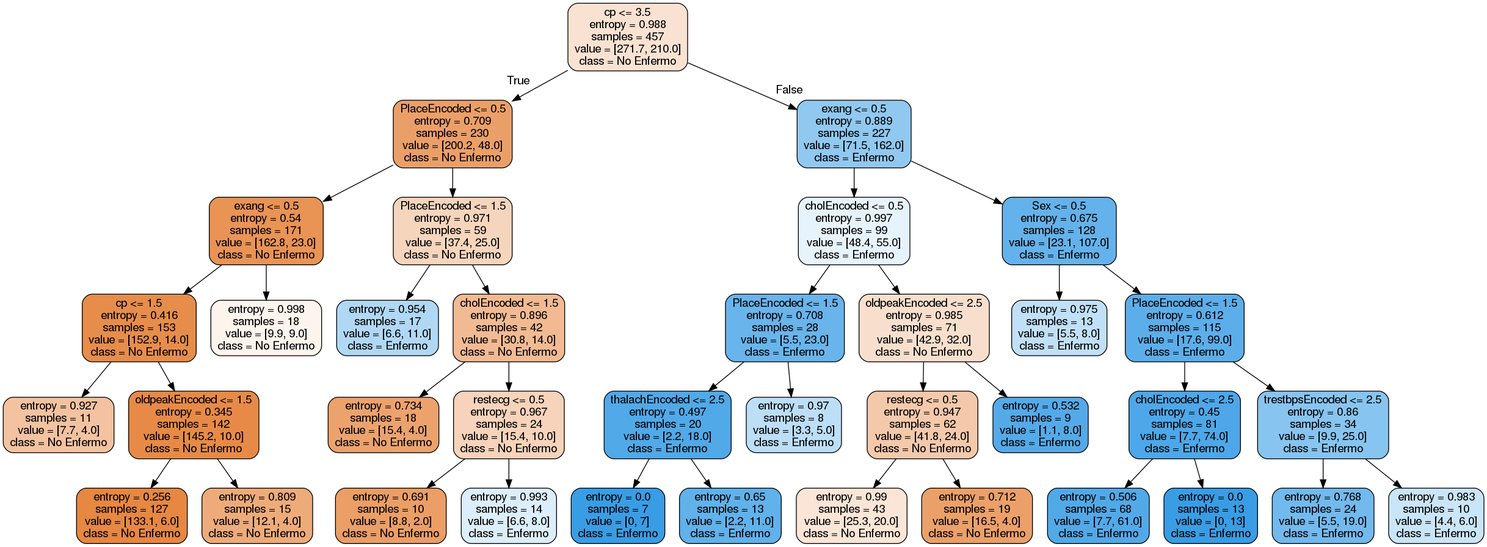
Earlier version of the Graphviz export tree1.png (juancho270/ProyectoIA). Its source is kept beside it as tree1.dot.
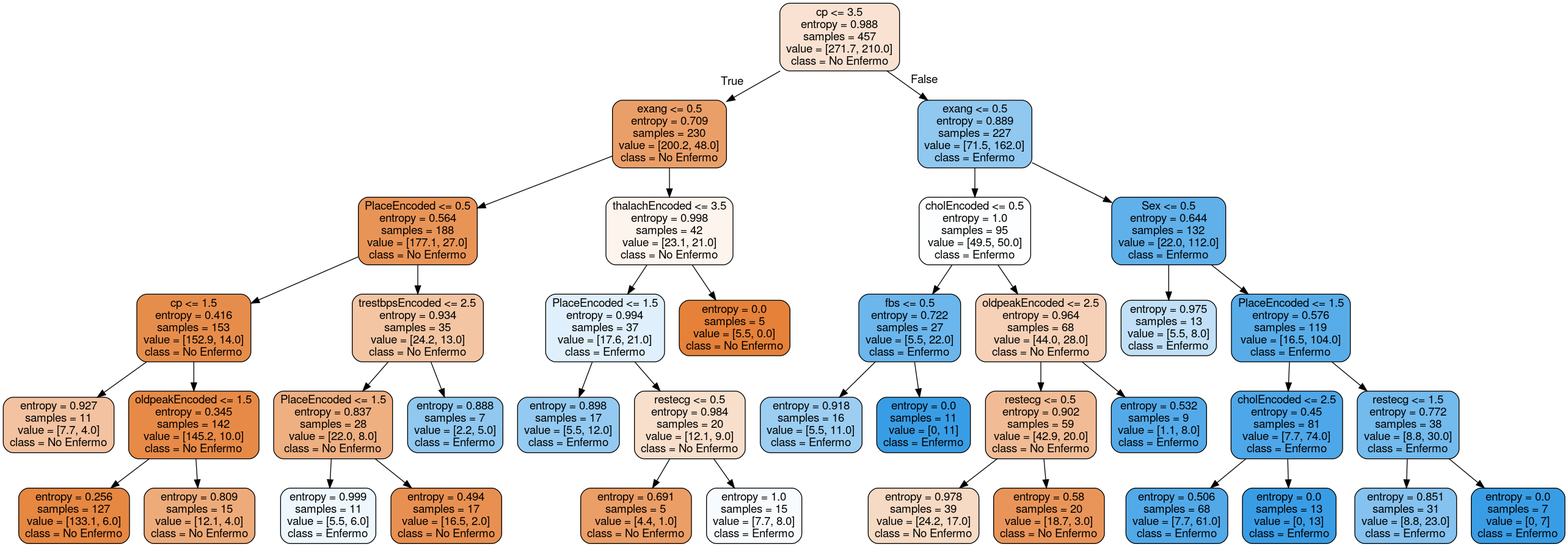
Later version of the same file.

What changed in the source:
```diff
@@ -2,9 +2,9 @@
 node [shape=box, style="filled, rounded", color="black", fontname=helvetica] ;
 edge [fontname=helvetica] ;
 0 [label="cp <= 3.5\nentropy = 0.988\nsamples = 457\nvalue = [271.7, 210.0]\nclass = No Enfermo", fillcolor="#f9e2d2"] ;
-1 [label="PlaceEncoded <= 0.5\nentropy = 0.709\nsamples = 230\nvalue = [200.2, 48.0]\nclass = No Enfermo", fillcolor="#eb9f68"] ;
+1 [label="exang <= 0.5\nentropy = 0.709\nsamples = 230\nvalue = [200.2, 48.0]\nclass = No Enfermo", fillcolor="#eb9f68"] ;
 0 -> 1 [labeldistance=2.5, labelangle=45, headlabel="True"] ;
-2 [label="exang <= 0.5\nentropy = 0.54\nsamples = 171\nvalue = [162.8, 23.0]\nclass = No Enfermo", fillcolor="#e99355"] ;
+2 [label="PlaceEncoded <= 0.5\nentropy = 0.564\nsamples = 188\nvalue = [177.1, 27.0]\nclass = No Enfermo", fillcolor="#e99457"] ;
 1 -> 2 ;
 3 [label="cp <= 1.5\nentropy = 0.416\nsamples = 153\nvalue = [152.9, 14.0]\nclass = No Enfermo", fillcolor="#e78d4b"] ;
 2 -> 3 ;
@@ -16,62 +16,66 @@
 5 -> 6 ;
 7 [label="entropy = 0.809\nsamples = 15\nvalue = [12.1, 4.0]\nclass = No Enfermo", fillcolor="#eeab7a"] ;
 5 -> 7 ;
-8 [label="entropy = 0.998\nsamples = 18\nvalue = [9.9, 9.0]\nclass = No Enfermo", fillcolor="#fdf4ed"] ;
+8 [label="trestbpsEncoded <= 2.5\nentropy = 0.934\nsamples = 35\nvalue = [24.2, 13.0]\nclass = No Enfermo", fillcolor="#f3c5a3"] ;
 2 -> 8 ;
-9 [label="PlaceEncoded <= 1.5\nentropy = 0.971\nsamples = 59\nvalue = [37.4, 25.0]\nclass = No Enfermo", fillcolor="#f6d5bd"] ;
-1 -> 9 ;
-10 [label="entropy = 0.954\nsamples = 17\nvalue = [6.6, 11.0]\nclass = Enfermo", fillcolor="#b0d8f5"] ;
+9 [label="PlaceEncoded <= 1.5\nentropy = 0.837\nsamples = 28\nvalue = [22.0, 8.0]\nclass = No Enfermo", fillcolor="#eeaf81"] ;
+8 -> 9 ;
+10 [label="entropy = 0.999\nsamples = 11\nvalue = [5.5, 6.0]\nclass = Enfermo", fillcolor="#eef7fd"] ;
 9 -> 10 ;
-11 [label="cholEncoded <= 1.5\nentropy = 0.896\nsamples = 42\nvalue = [30.8, 14.0]\nclass = No Enfermo", fillcolor="#f1ba93"] ;
+11 [label="entropy = 0.494\nsamples = 17\nvalue = [16.5, 2.0]\nclass = No Enfermo", fillcolor="#e89051"] ;
 9 -> 11 ;
-12 [label="entropy = 0.734\nsamples = 18\nvalue = [15.4, 4.0]\nclass = No Enfermo", fillcolor="#eca26c"] ;
-11 -> 12 ;
-13 [label="restecg <= 0.5\nentropy = 0.967\nsamples = 24\nvalue = [15.4, 10.0]\nclass = No Enfermo", fillcolor="#f6d3ba"] ;
-11 -> 13 ;
-14 [label="entropy = 0.691\nsamples = 10\nvalue = [8.8, 2.0]\nclass = No Enfermo", fillcolor="#eb9e66"] ;
+12 [label="entropy = 0.888\nsamples = 7\nvalue = [2.2, 5.0]\nclass = Enfermo", fillcolor="#90c8f0"] ;
+8 -> 12 ;
+13 [label="thalachEncoded <= 3.5\nentropy = 0.998\nsamples = 42\nvalue = [23.1, 21.0]\nclass = No Enfermo", fillcolor="#fdf4ed"] ;
+1 -> 13 ;
+14 [label="PlaceEncoded <= 1.5\nentropy = 0.994\nsamples = 37\nvalue = [17.6, 21.0]\nclass = Enfermo", fillcolor="#dfeffb"] ;
 13 -> 14 ;
-15 [label="entropy = 0.993\nsamples = 14\nvalue = [6.6, 8.0]\nclass = Enfermo", fillcolor="#dceefa"] ;
-13 -> 15 ;
-16 [label="exang <= 0.5\nentropy = 0.889\nsamples = 227\nvalue = [71.5, 162.0]\nclass = Enfermo", fillcolor="#90c8f0"] ;
-0 -> 16 [labeldistance=2.5, labelangle=-45, headlabel="False"] ;
-17 [label="cholEncoded <= 0.5\nentropy = 0.997\nsamples = 99\nvalue = [48.4, 55.0]\nclass = Enfermo", fillcolor="#e7f3fc"] ;
+15 [label="entropy = 0.898\nsamples = 17\nvalue = [5.5, 12.0]\nclass = Enfermo", fillcolor="#94caf1"] ;
+14 -> 15 ;
+16 [label="restecg <= 0.5\nentropy = 0.984\nsamples = 20\nvalue = [12.1, 9.0]\nclass = No Enfermo", fillcolor="#f8dfcc"] ;
+14 -> 16 ;
+17 [label="entropy = 0.691\nsamples = 5\nvalue = [4.4, 1.0]\nclass = No Enfermo", fillcolor="#eb9e66"] ;
 16 -> 17 ;
-18 [label="PlaceEncoded <= 1.5\nentropy = 0.708\nsamples = 28\nvalue = [5.5, 23.0]\nclass = Enfermo", fillcolor="#68b4eb"] ;
-17 -> 18 ;
-19 [label="thalachEncoded <= 2.5\nentropy = 0.497\nsamples = 20\nvalue = [2.2, 18.0]\nclass = Enfermo", fillcolor="#51a9e8"] ;
-18 -> 19 ;
-20 [label="entropy = 0.0\nsamples = 7\nvalue = [0, 7]\nclass = Enfermo", fillcolor="#399de5"] ;
-19 -> 20 ;
-21 [label="entropy = 0.65\nsamples = 13\nvalue = [2.2, 11.0]\nclass = Enfermo", fillcolor="#61b1ea"] ;
-19 -> 21 ;
-22 [label="entropy = 0.97\nsamples = 8\nvalue = [3.3, 5.0]\nclass = Enfermo", fillcolor="#bcdef6"] ;
-18 -> 22 ;
-23 [label="oldpeakEncoded <= 2.5\nentropy = 0.985\nsamples = 71\nvalue = [42.9, 32.0]\nclass = No Enfermo", fillcolor="#f8dfcd"] ;
-17 -> 23 ;
-24 [label="restecg <= 0.5\nentropy = 0.947\nsamples = 62\nvalue = [41.8, 24.0]\nclass = No Enfermo", fillcolor="#f4c9ab"] ;
-23 -> 24 ;
-25 [label="entropy = 0.99\nsamples = 43\nvalue = [25.3, 20.0]\nclass = No Enfermo", fillcolor="#fae5d6"] ;
-24 -> 25 ;
-26 [label="entropy = 0.712\nsamples = 19\nvalue = [16.5, 4.0]\nclass = No Enfermo", fillcolor="#eba069"] ;
-24 -> 26 ;
-27 [label="entropy = 0.532\nsamples = 9\nvalue = [1.1, 8.0]\nclass = Enfermo", fillcolor="#54aae9"] ;
-23 -> 27 ;
-28 [label="Sex <= 0.5\nentropy = 0.675\nsamples = 128\nvalue = [23.1, 107.0]\nclass = Enfermo", fillcolor="#64b2eb"] ;
-16 -> 28 ;
-29 [label="entropy = 0.975\nsamples = 13\nvalue = [5.5, 8.0]\nclass = Enfermo", fillcolor="#c1e0f7"] ;
-28 -> 29 ;
-30 [label="PlaceEncoded <= 1.5\nentropy = 0.612\nsamples = 115\nvalue = [17.6, 99.0]\nclass = Enfermo", fillcolor="#5caeea"] ;
-28 -> 30 ;
-31 [label="cholEncoded <= 2.5\nentropy = 0.45\nsamples = 81\nvalue = [7.7, 74.0]\nclass = Enfermo", fillcolor="#4ea7e8"] ;
+18 [label="entropy = 1.0\nsamples = 15\nvalue = [7.7, 8.0]\nclass = Enfermo", fillcolor="#f8fbfe"] ;
+16 -> 18 ;
+19 [label="entropy = 0.0\nsamples = 5\nvalue = [5.5, 0.0]\nclass = No Enfermo", fillcolor="#e58139"] ;
+13 -> 19 ;
+20 [label="exang <= 0.5\nentropy = 0.889\nsamples = 227\nvalue = [71.5, 162.0]\nclass = Enfermo", fillcolor="#90c8f0"] ;
+0 -> 20 [labeldistance=2.5, labelangle=-45, headlabel="False"] ;
+21 [label="cholEncoded <= 0.5\nentropy = 1.0\nsamples = 95\nvalue = [49.5, 50.0]\nclass = Enfermo", fillcolor="#fdfeff"] ;
+20 -> 21 ;
+22 [label="fbs <= 0.5\nentropy = 0.722\nsamples = 27\nvalue = [5.5, 22.0]\nclass = Enfermo", fillcolor="#6bb6ec"] ;
+21 -> 22 ;
+23 [label="entropy = 0.918\nsamples = 16\nvalue = [5.5, 11.0]\nclass = Enfermo", fillcolor="#9ccef2"] ;
+22 -> 23 ;
+24 [label="entropy = 0.0\nsamples = 11\nvalue = [0, 11]\nclass = Enfermo", fillcolor="#399de5"] ;
+22 -> 24 ;
+25 [label="oldpeakEncoded <= 2.5\nentropy = 0.964\nsamples = 68\nvalue = [44.0, 28.0]\nclass = No Enfermo", fillcolor="#f6d1b7"] ;
+21 -> 25 ;
+26 [label="restecg <= 0.5\nentropy = 0.902\nsamples = 59\nvalue = [42.9, 20.0]\nclass = No Enfermo", fillcolor="#f1bc95"] ;
+25 -> 26 ;
+27 [label="entropy = 0.978\nsamples = 39\nvalue = [24.2, 17.0]\nclass = No Enfermo", fillcolor="#f7dac4"] ;
+26 -> 27 ;
+28 [label="entropy = 0.58\nsamples = 20\nvalue = [18.7, 3.0]\nclass = No Enfermo", fillcolor="#e99559"] ;
+26 -> 28 ;
+29 [label="entropy = 0.532\nsamples = 9\nvalue = [1.1, 8.0]\nclass = Enfermo", fillcolor="#54aae9"] ;
+25 -> 29 ;
+30 [label="Sex <= 0.5\nentropy = 0.644\nsamples = 132\nvalue = [22.0, 112.0]\nclass = Enfermo", fillcolor="#60b0ea"] ;
+20 -> 30 ;
+31 [label="entropy = 0.975\nsamples = 13\nvalue = [5.5, 8.0]\nclass = Enfermo", fillcolor="#c1e0f7"] ;
 30 -> 31 ;
-32 [label="entropy = 0.506\nsamples = 68\nvalue = [7.7, 61.0]\nclass = Enfermo", fillcolor="#52a9e8"] ;
-31 -> 32 ;
-33 [label="entropy = 0.0\nsamples = 13\nvalue = [0, 13]\nclass = Enfermo", fillcolor="#399de5"] ;
-31 -> 33 ;
-34 [label="trestbpsEncoded <= 2.5\nentropy = 0.86\nsamples = 34\nvalue = [9.9, 25.0]\nclass = Enfermo", fillcolor="#87c4ef"] ;
-30 -> 34 ;
-35 [label="entropy = 0.768\nsamples = 24\nvalue = [5.5, 19.0]\nclass = Enfermo", fillcolor="#72b9ed"] ;
-34 -> 35 ;
-36 [label="entropy = 0.983\nsamples = 10\nvalue = [4.4, 6.0]\nclass = Enfermo", fillcolor="#cae5f8"] ;
-34 -> 36 ;
+32 [label="PlaceEncoded <= 1.5\nentropy = 0.576\nsamples = 119\nvalue = [16.5, 104.0]\nclass = Enfermo", fillcolor="#58ade9"] ;
+30 -> 32 ;
+33 [label="cholEncoded <= 2.5\nentropy = 0.45\nsamples = 81\nvalue = [7.7, 74.0]\nclass = Enfermo", fillcolor="#4ea7e8"] ;
+32 -> 33 ;
+34 [label="entropy = 0.506\nsamples = 68\nvalue = [7.7, 61.0]\nclass = Enfermo", fillcolor="#52a9e8"] ;
+33 -> 34 ;
+35 [label="entropy = 0.0\nsamples = 13\nvalue = [0, 13]\nclass = Enfermo", fillcolor="#399de5"] ;
+33 -> 35 ;
+36 [label="restecg <= 1.5\nentropy = 0.772\nsamples = 38\nvalue = [8.8, 30.0]\nclass = Enfermo", fillcolor="#73baed"] ;
+32 -> 36 ;
+37 [label="entropy = 0.851\nsamples = 31\nvalue = [8.8, 23.0]\nclass = Enfermo", fillcolor="#85c2ef"] ;
+36 -> 37 ;
+38 [label="entropy = 0.0\nsamples = 7\nvalue = [0, 7]\nclass = Enfermo", fillcolor="#399de5"] ;
+36 -> 38 ;
 }
```
